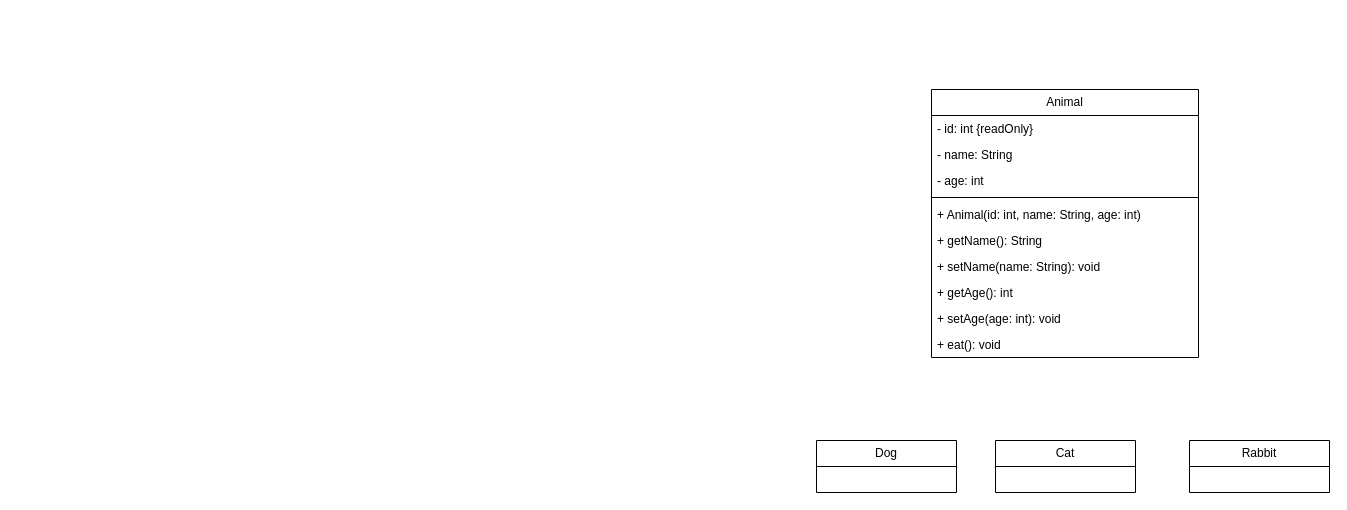
This is UML.drawio from albinronnkvist/Course_DT187G_JavaII, a draw.io file, before an edit. Source tidied: cells renumbered, new cells numbered last; positions are measured from the earlier drawing's top-left corner, leaving out a move shared by most shapes. Both pictures are drawn from the tidied source at 100%, with x=0, y=0 at pixel (816, 89).
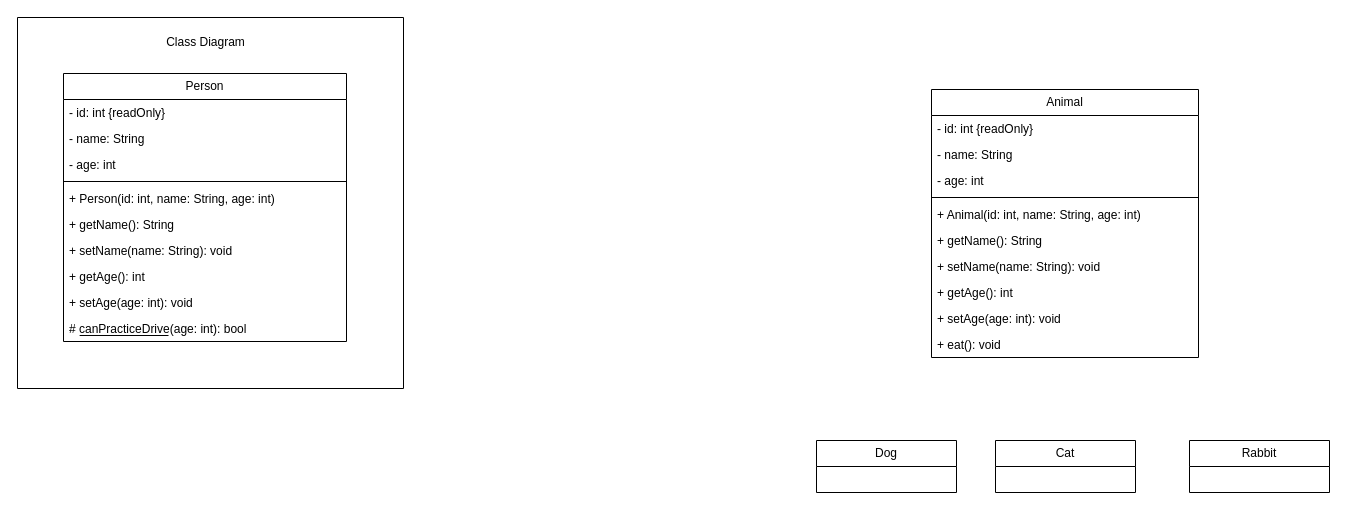
Above is the later version.

The edit, as a diff of the source:
```diff
@@
+    <mxCell id="16" value="Person" style="swimlane;fontStyle=0;horizontal=1;startSize=26;fillColor=none;whiteSpace=wrap;html=1;" parent="1" vertex="1">
+      <mxGeometry x="-753" y="-16" width="283" height="268" as="geometry" />
+    </mxCell>
+    <mxCell id="17" value="- id: int {readOnly}" style="text;strokeColor=none;fillColor=none;align=left;verticalAlign=top;spacingLeft=4;spacingRight=4;overflow=hidden;whiteSpace=wrap;html=1;" parent="16" vertex="1">
+      <mxGeometry y="26" width="283" height="26" as="geometry" />
+    </mxCell>
+    <mxCell id="18" value="- name: String" style="text;strokeColor=none;fillColor=none;align=left;verticalAlign=top;spacingLeft=4;spacingRight=4;overflow=hidden;whiteSpace=wrap;html=1;" parent="16" vertex="1">
+      <mxGeometry y="52" width="283" height="26" as="geometry" />
+    </mxCell>
+    <mxCell id="19" value="- age: int" style="text;strokeColor=none;fillColor=none;align=left;verticalAlign=top;spacingLeft=4;spacingRight=4;overflow=hidden;whiteSpace=wrap;html=1;" parent="16" vertex="1">
+      <mxGeometry y="78" width="283" height="26" as="geometry" />
+    </mxCell>
+    <mxCell id="20" style="line;strokeWidth=1;fillColor=none;align=left;verticalAlign=middle;spacingTop=-1;spacingLeft=3;spacingRight=3;labelPosition=right;strokeColor=inherit;" parent="16" vertex="1">
+      <mxGeometry y="104" width="283" height="8" as="geometry" />
+    </mxCell>
+    <mxCell id="21" value="+ Person(id: int, name: String, age: int)" style="text;strokeColor=none;fillColor=none;align=left;verticalAlign=top;spacingLeft=4;spacingRight=4;overflow=hidden;whiteSpace=wrap;html=1;" parent="16" vertex="1">
+      <mxGeometry y="112" width="283" height="26" as="geometry" />
+    </mxCell>
+    <mxCell id="22" value="&lt;div&gt;+ getName(): String&lt;br&gt;&lt;/div&gt;" style="text;strokeColor=none;fillColor=none;align=left;verticalAlign=top;spacingLeft=4;spacingRight=4;overflow=hidden;whiteSpace=wrap;html=1;" parent="16" vertex="1">
+      <mxGeometry y="138" width="283" height="26" as="geometry" />
+    </mxCell>
+    <mxCell id="23" value="+ setName(name: String): void" style="text;strokeColor=none;fillColor=none;align=left;verticalAlign=top;spacingLeft=4;spacingRight=4;overflow=hidden;whiteSpace=wrap;html=1;" parent="16" vertex="1">
+      <mxGeometry y="164" width="283" height="26" as="geometry" />
+    </mxCell>
+    <mxCell id="24" value="+ getAge(): int" style="text;strokeColor=none;fillColor=none;align=left;verticalAlign=top;spacingLeft=4;spacingRight=4;overflow=hidden;whiteSpace=wrap;html=1;" parent="16" vertex="1">
+      <mxGeometry y="190" width="283" height="26" as="geometry" />
+    </mxCell>
+    <mxCell id="25" value="+ setAge(age: int): void" style="text;strokeColor=none;fillColor=none;align=left;verticalAlign=top;spacingLeft=4;spacingRight=4;overflow=hidden;whiteSpace=wrap;html=1;" parent="16" vertex="1">
+      <mxGeometry y="216" width="283" height="26" as="geometry" />
+    </mxCell>
+    <mxCell id="26" value="# &lt;span&gt;canPracticeDrive&lt;/span&gt;(age: int): bool" style="text;strokeColor=none;fillColor=none;align=left;verticalAlign=top;spacingLeft=4;spacingRight=4;overflow=hidden;points=[[0,0.5],[1,0.5]];portConstraint=eastwest;whiteSpace=wrap;html=1;fontStyle=0;" parent="16" vertex="1">
+      <mxGeometry y="242" width="283" height="26" as="geometry" />
+    </mxCell>
+    <mxCell id="27" style="endArrow=none;html=1;rounded=0;exitX=0.057;exitY=0.769;exitDx=0;exitDy=0;exitPerimeter=0;" parent="16" edge="1" source="26">
+      <mxGeometry relative="1" as="geometry">
+        <mxPoint x="105" y="262" as="targetPoint" />
+      </mxGeometry>
+    </mxCell>
+    <mxCell id="28" value="Class Diagram" style="text;html=1;align=center;verticalAlign=middle;strokeColor=none;fillColor=none;" parent="1" vertex="1">
+      <mxGeometry x="-660" y="-60" width="97" height="26" as="geometry" />
+    </mxCell>
+    <mxCell id="29" style="swimlane;startSize=0;" parent="1" vertex="1">
+      <mxGeometry x="-799" y="-72" width="386" height="371" as="geometry" />
+    </mxCell>
```
